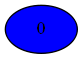
The Graphviz diagram Compiler/28iGraph.png in mbajaj92/Project-Astoria, before a commit. Its source is kept beside it as Compiler/28iGraph.dot.
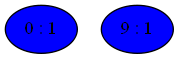
Above is the later version.

What changed in the source:
```diff
@@ -1,3 +1,4 @@
 strict graph {
-0[label="0" style=filled fillcolor="blue1"];
+0[label="0 : 1" style=filled fillcolor="blue1"];
+9[label="9 : 1" style=filled fillcolor="blue1"];
 }
```
